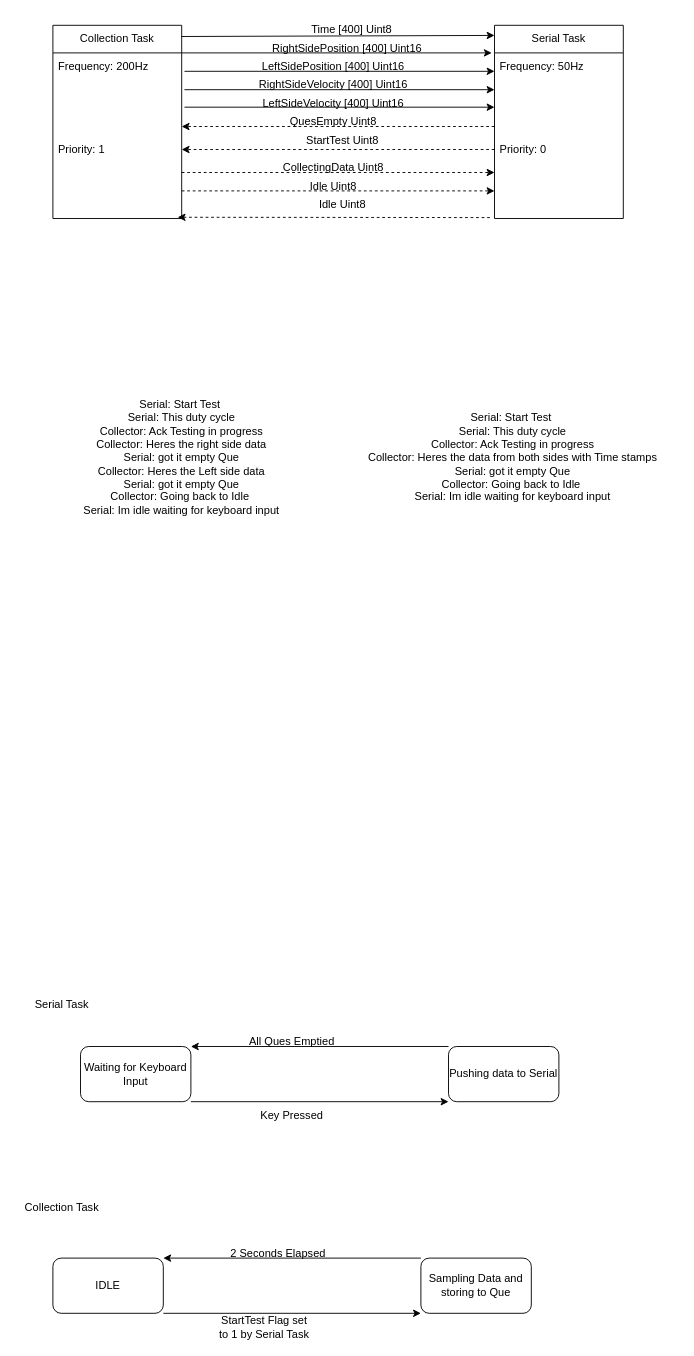
Earlier version of the draw.io diagram Lab 0x02/Lab 0x02 Task Diagram.drawio (mshokoohi-c/Mechatronics-Lab). Source tidied: cells renumbered, new cells numbered last; positions are measured from the earlier drawing's top-left corner, leaving out a move shared by most shapes. Both pictures are drawn from the tidied source at 92%, with x=0, y=0 at pixel (16, 16).
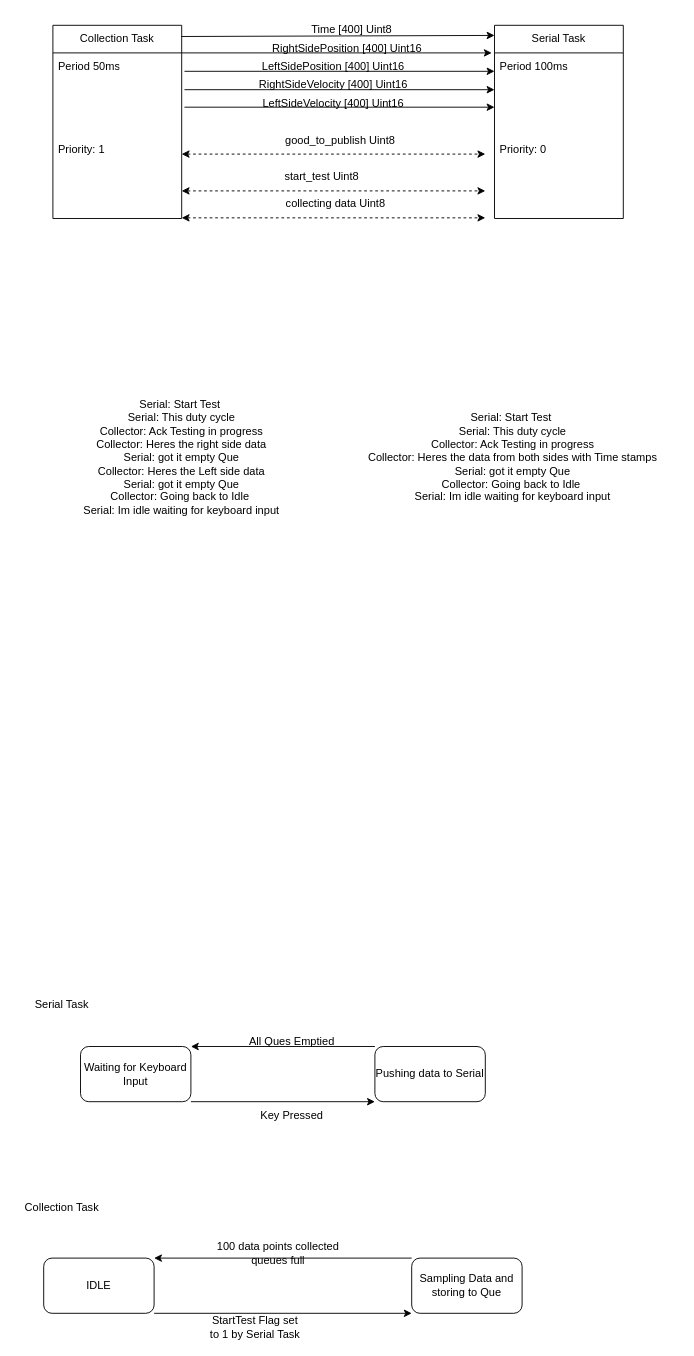
After the change.

The change refers to these unchanged cells:
```xml
<mxCell id="2" value="Collection Task" style="swimlane;fontStyle=0;horizontal=1;startSize=30;whiteSpace=wrap;html=1;" parent="1" vertex="1">
  <mxGeometry x="40" y="10" width="140" height="210" as="geometry" />
</mxCell>
<mxCell id="4" value="Priority: 1" style="text;strokeColor=none;fillColor=none;align=left;verticalAlign=middle;spacingLeft=4;spacingRight=4;overflow=hidden;points=[[0,0.5],[1,0.5]];portConstraint=eastwest;whiteSpace=wrap;html=1;" parent="2" vertex="1">
  <mxGeometry y="60" width="140" height="150" as="geometry" />
</mxCell>
<mxCell id="5" value="Serial Task" style="swimlane;fontStyle=0;horizontal=1;startSize=30;whiteSpace=wrap;html=1;" parent="1" vertex="1">
  <mxGeometry x="520" y="10" width="140" height="210" as="geometry" />
</mxCell>
<mxCell id="7" value="Priority: 0" style="text;strokeColor=none;fillColor=none;align=left;verticalAlign=middle;spacingLeft=4;spacingRight=4;overflow=hidden;points=[[0,0.5],[1,0.5]];portConstraint=eastwest;whiteSpace=wrap;html=1;" parent="5" vertex="1">
  <mxGeometry y="60" width="140" height="150" as="geometry" />
</mxCell>
```

The edit, as a diff of the source:
```diff
@@
-    <mxCell id="3" value="Frequency: 200Hz&amp;nbsp;" style="text;strokeColor=none;fillColor=none;align=left;verticalAlign=middle;spacingLeft=4;spacingRight=4;overflow=hidden;whiteSpace=wrap;html=1;" parent="2" vertex="1">
+    <mxCell id="3" value="Period 50ms" style="text;strokeColor=none;fillColor=none;align=left;verticalAlign=middle;spacingLeft=4;spacingRight=4;overflow=hidden;whiteSpace=wrap;html=1;" parent="2" vertex="1">
       <mxGeometry y="30" width="140" height="30" as="geometry" />
     </mxCell>
@@
-    <mxCell id="6" value="Frequency: 50Hz&amp;nbsp;" style="text;strokeColor=none;fillColor=none;align=left;verticalAlign=middle;spacingLeft=4;spacingRight=4;overflow=hidden;whiteSpace=wrap;html=1;" parent="5" vertex="1">
+    <mxCell id="6" value="Period 100ms" style="text;strokeColor=none;fillColor=none;align=left;verticalAlign=middle;spacingLeft=4;spacingRight=4;overflow=hidden;whiteSpace=wrap;html=1;" parent="5" vertex="1">
       <mxGeometry y="30" width="140" height="30" as="geometry" />
     </mxCell>
@@
-    <mxCell id="20" style="endArrow=classic;html=1;rounded=0;dashed=1;" parent="1" edge="1">
-      <mxGeometry relative="1" as="geometry">
-        <mxPoint x="520" y="120" as="sourcePoint" />
-        <mxPoint x="180" y="120" as="targetPoint" />
-      </mxGeometry>
-    </mxCell>
-    <mxCell id="21" value="QuesEmpty Uint8" style="text;html=1;align=center;verticalAlign=middle;whiteSpace=wrap;rounded=0;" parent="1" vertex="1">
-      <mxGeometry x="290" y="100" width="110" height="30" as="geometry" />
-    </mxCell>
-    <mxCell id="22" style="endArrow=classic;html=1;rounded=0;dashed=1;" parent="1" edge="1">
-      <mxGeometry relative="1" as="geometry">
-        <mxPoint x="180" y="170" as="sourcePoint" />
-        <mxPoint x="520" y="170" as="targetPoint" />
-      </mxGeometry>
-    </mxCell>
-    <mxCell id="23" value="CollectingData Uint8" style="text;html=1;align=center;verticalAlign=middle;whiteSpace=wrap;rounded=0;" parent="1" vertex="1">
-      <mxGeometry x="280" y="150" width="130" height="30" as="geometry" />
-    </mxCell>
-    <mxCell id="24" style="endArrow=classic;html=1;rounded=0;dashed=1;entryX=1;entryY=0.5;entryDx=0;entryDy=0;exitX=0;exitY=0.5;exitDx=0;exitDy=0;" parent="1" edge="1" source="7" target="4">
-      <mxGeometry relative="1" as="geometry" />
-    </mxCell>
-    <mxCell id="25" value="StartTest Uint8" style="text;html=1;align=center;verticalAlign=middle;whiteSpace=wrap;rounded=0;" parent="1" vertex="1">
-      <mxGeometry x="310" y="120" width="90" height="30" as="geometry" />
-    </mxCell>
-    <mxCell id="26" style="endArrow=classic;html=1;rounded=0;dashed=1;" parent="1" edge="1">
-      <mxGeometry relative="1" as="geometry">
-        <mxPoint x="180" y="190" as="sourcePoint" />
-        <mxPoint x="520" y="190" as="targetPoint" />
-      </mxGeometry>
-    </mxCell>
-    <mxCell id="27" value="Idle Uint8" style="text;html=1;align=center;verticalAlign=middle;whiteSpace=wrap;rounded=0;" parent="1" vertex="1">
-      <mxGeometry x="280" y="170" width="130" height="30" as="geometry" />
-    </mxCell>
-    <mxCell id="28" style="endArrow=classic;html=1;rounded=0;dashed=1;entryX=0.969;entryY=0.991;entryDx=0;entryDy=0;entryPerimeter=0;" parent="1" edge="1" target="4">
-      <mxGeometry relative="1" as="geometry">
-        <mxPoint x="515" y="219" as="sourcePoint" />
-      </mxGeometry>
-    </mxCell>
-    <mxCell id="29" value="Idle Uint8" style="text;html=1;align=center;verticalAlign=middle;whiteSpace=wrap;rounded=0;" parent="1" vertex="1">
-      <mxGeometry x="290" y="190" width="130" height="30" as="geometry" />
-    </mxCell>
@@
     <mxCell id="33" value="Pushing data to Serial" style="rounded=1;whiteSpace=wrap;html=1;" parent="1" vertex="1">
-      <mxGeometry x="470" y="1120" width="120" height="60" as="geometry" />
+      <mxGeometry x="390" y="1120" width="120" height="60" as="geometry" />
     </mxCell>
@@
     <mxCell id="38" value="IDLE" style="rounded=1;whiteSpace=wrap;html=1;" parent="1" vertex="1">
-      <mxGeometry x="40" y="1350" width="120" height="60" as="geometry" />
+      <mxGeometry x="30" y="1350" width="120" height="60" as="geometry" />
     </mxCell>
     <mxCell id="39" value="Sampling Data and storing to Que" style="rounded=1;whiteSpace=wrap;html=1;" parent="1" vertex="1">
-      <mxGeometry x="440" y="1350" width="120" height="60" as="geometry" />
+      <mxGeometry x="430" y="1350" width="120" height="60" as="geometry" />
     </mxCell>
@@
     <mxCell id="41" value="StartTest Flag set to 1 by Serial Task" style="text;html=1;align=center;verticalAlign=middle;whiteSpace=wrap;rounded=0;" parent="1" vertex="1">
-      <mxGeometry x="220" y="1410" width="100" height="30" as="geometry" />
+      <mxGeometry x="210" y="1410" width="100" height="30" as="geometry" />
     </mxCell>
@@
-    <mxCell id="43" value="2 Seconds Elapsed" style="text;html=1;align=center;verticalAlign=middle;whiteSpace=wrap;rounded=0;" parent="1" vertex="1">
-      <mxGeometry x="220" y="1330" width="130" height="30" as="geometry" />
+    <mxCell id="43" value="100 data points collected&lt;div&gt;queues full&lt;/div&gt;" style="text;html=1;align=center;verticalAlign=middle;whiteSpace=wrap;rounded=0;" parent="1" vertex="1">
+      <mxGeometry x="210" y="1330" width="150" height="30" as="geometry" />
     </mxCell>
+    <mxCell id="44" style="endArrow=classic;startArrow=classic;html=1;rounded=0;dashed=1;" parent="1" edge="1">
+      <mxGeometry relative="1" as="geometry">
+        <mxPoint x="180" y="150" as="sourcePoint" />
+        <mxPoint x="510" y="150" as="targetPoint" />
+      </mxGeometry>
+    </mxCell>
+    <mxCell id="45" value="good_to_publish Uint8" style="text;html=1;align=center;verticalAlign=middle;whiteSpace=wrap;rounded=0;" parent="1" vertex="1">
+      <mxGeometry x="285" y="120" width="135" height="30" as="geometry" />
+    </mxCell>
+    <mxCell id="46" style="endArrow=classic;startArrow=classic;html=1;rounded=0;dashed=1;" parent="1" edge="1">
+      <mxGeometry relative="1" as="geometry">
+        <mxPoint x="180" y="190" as="sourcePoint" />
+        <mxPoint x="510" y="190" as="targetPoint" />
+      </mxGeometry>
+    </mxCell>
+    <mxCell id="47" value="start_test Uint8" style="text;html=1;align=center;verticalAlign=middle;whiteSpace=wrap;rounded=0;" parent="1" vertex="1">
+      <mxGeometry x="285" y="160" width="95" height="30" as="geometry" />
+    </mxCell>
+    <mxCell id="48" style="endArrow=classic;startArrow=classic;html=1;rounded=0;dashed=1;" parent="1" edge="1">
+      <mxGeometry relative="1" as="geometry">
+        <mxPoint x="180" y="219.3" as="sourcePoint" />
+        <mxPoint x="510" y="219.3" as="targetPoint" />
+      </mxGeometry>
+    </mxCell>
+    <mxCell id="49" value="collecting data Uint8" style="text;html=1;align=center;verticalAlign=middle;whiteSpace=wrap;rounded=0;" parent="1" vertex="1">
+      <mxGeometry x="285" y="189.3" width="125" height="30" as="geometry" />
+    </mxCell>
```
